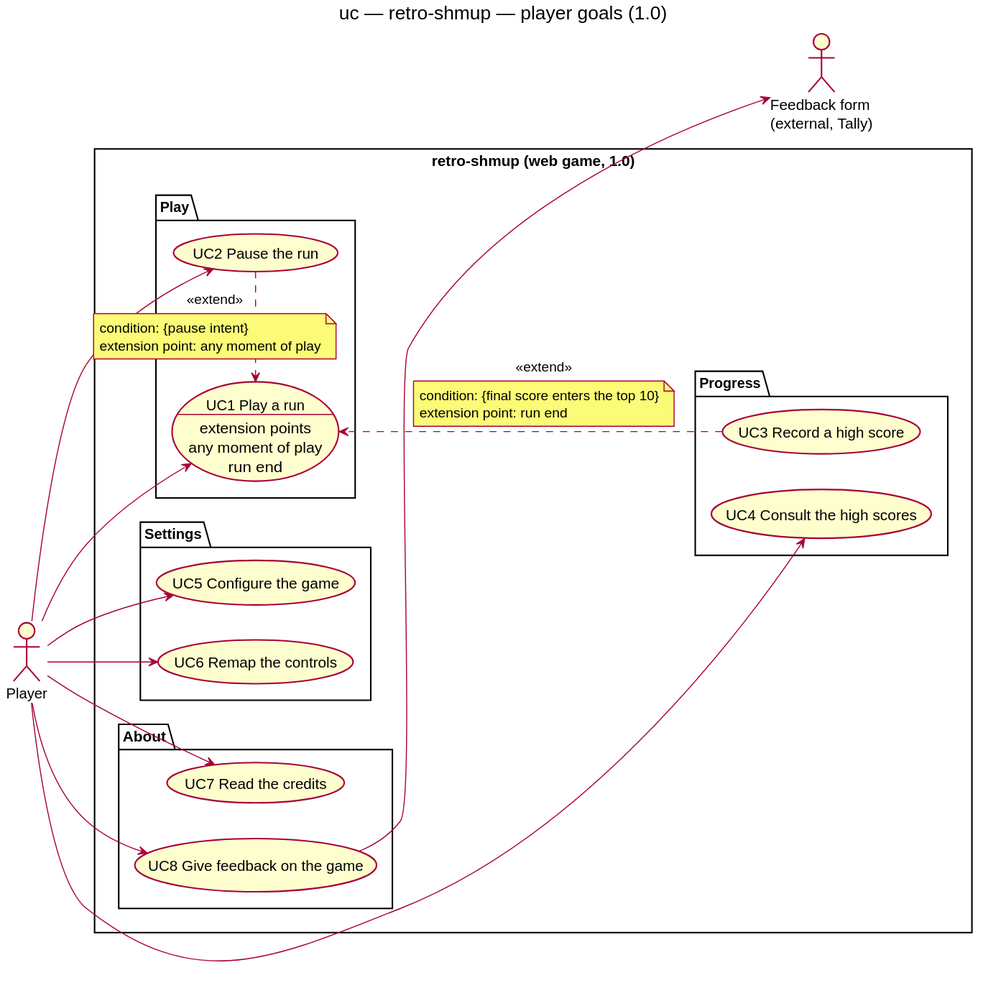
Earlier version of the PlantUML export docs/architecture/diagrams/system/01-use-case.svg (benoit-bremaud/retro-shmup).
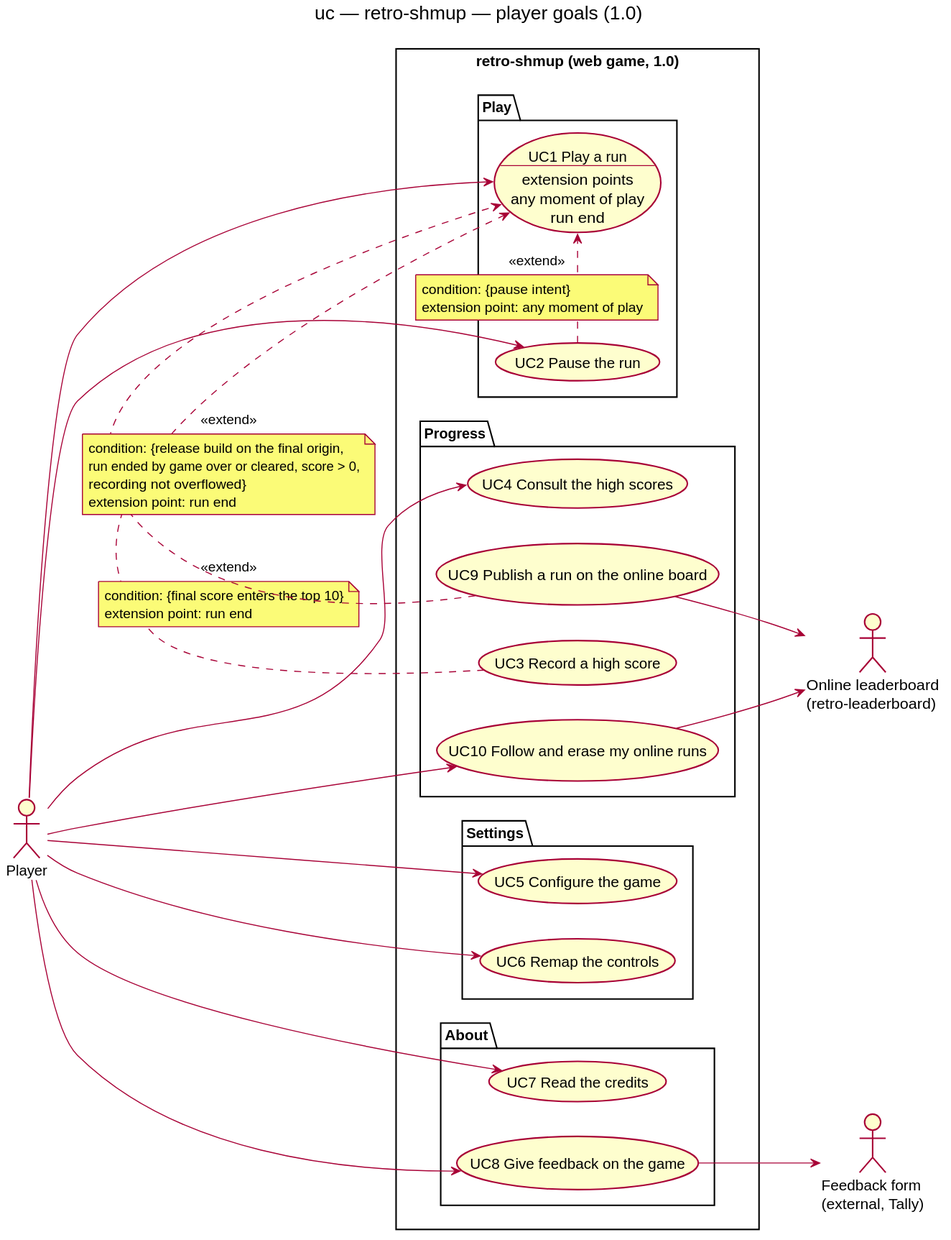
Later version of the same file.

What changed in the source:
```diff
@@ -5,6 +5,7 @@
 
 actor "Player" as Player
 actor "Feedback form\n(external, Tally)" as FeedbackForm
+actor "Online leaderboard\n(retro-leaderboard)" as Leaderboard
 
 rectangle "retro-shmup (web game, 1.0)" {
   package "Play" {
@@ -18,6 +19,8 @@
   package "Progress" {
     usecase "UC3 Record a high score" as UC3
     usecase "UC4 Consult the high scores" as UC4
+    usecase "UC9 Publish a run on the online board" as UC9
+    usecase "UC10 Follow and erase my online runs" as UC10
   }
   package "Settings" {
     usecase "UC5 Configure the game" as UC5
@@ -36,7 +39,10 @@
 Player --> UC6
 Player --> UC7
 Player --> UC8
+Player --> UC10
 UC8 --> FeedbackForm
+UC9 --> Leaderboard
+UC10 --> Leaderboard
 
 UC2 -[hidden]- UC3
 
@@ -50,4 +56,11 @@
   condition: {final score enters the top 10}
   extension point: run end
 end note
+UC9 .> UC1 : <<extend>>
+note on link
+  condition: {release build on the final origin,
+  run ended by game over or cleared, score > 0,
+  recording not overflowed}
+  extension point: run end
+end note
 @enduml
```
